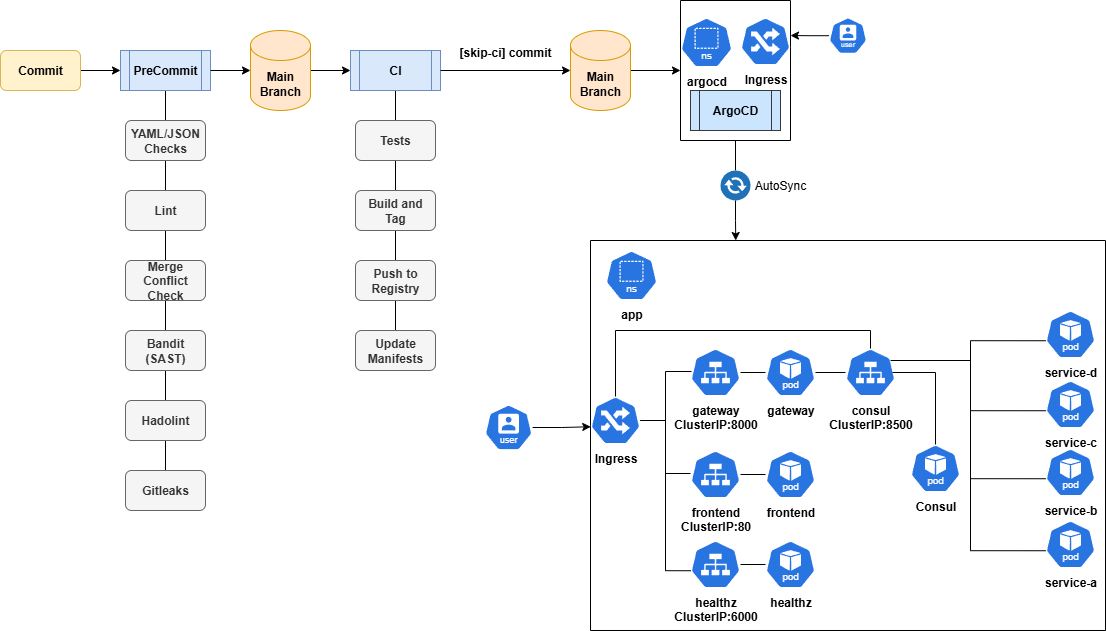
The draw.io diagram docs/media/servicediscovery.drawio.png in s1natex/Service-Discovery, before a commit. Source tidied: cells renumbered, new cells last; positions are measured from the earlier drawing's top-left corner, leaving out a move shared by most shapes.
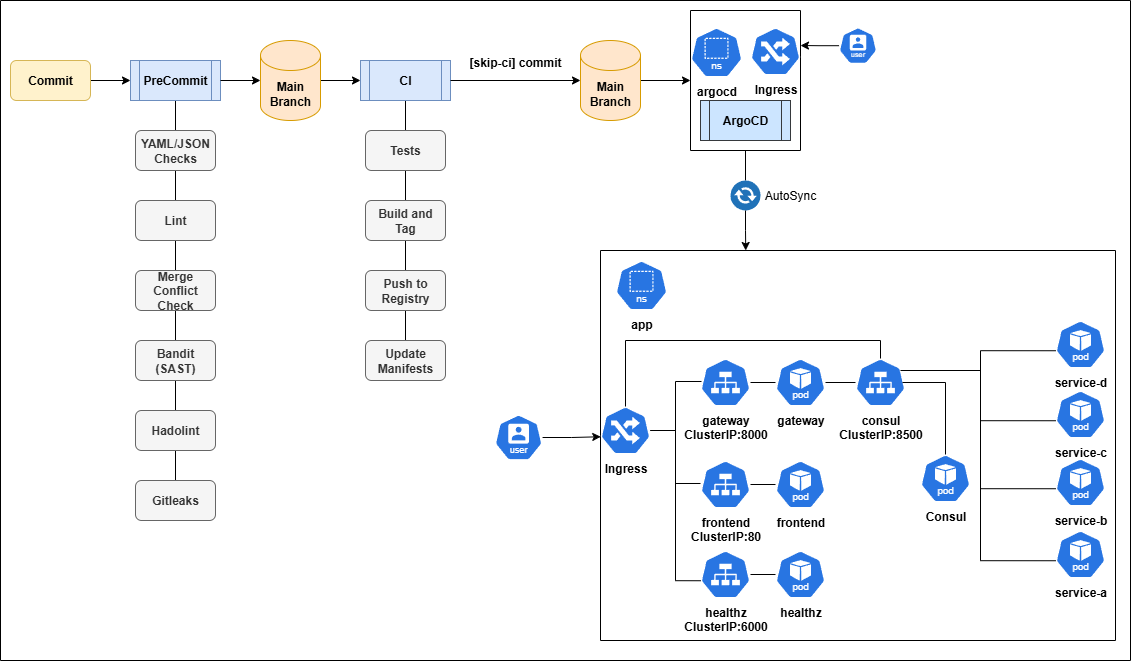
After the commit.

The edit, as a diff of the source:
```diff
@@ -217,5 +217,8 @@
     <mxCell id="64" style="sketch=0;html=1;dashed=0;whitespace=wrap;verticalLabelPosition=bottom;verticalAlign=top;fillColor=#2875E2;strokeColor=#ffffff;points=[[0.005,0.63,0],[0.1,0.2,0],[0.9,0.2,0],[0.5,0,0],[0.995,0.63,0],[0.72,0.99,0],[0.5,1,0],[0.28,0.99,0]];shape=mxgraph.kubernetes.icon2;kubernetesLabel=1;prIcon=user;" parent="1" vertex="1">
       <mxGeometry x="828.5" y="17" width="37.9" height="36.4" as="geometry" />
     </mxCell>
+    <mxCell id="65" style="swimlane;startSize=0;" parent="1" vertex="1">
+      <mxGeometry x="-10" y="-10" width="1130" height="660" as="geometry" />
+    </mxCell>
   </root>
 </mxGraphModel>
```
